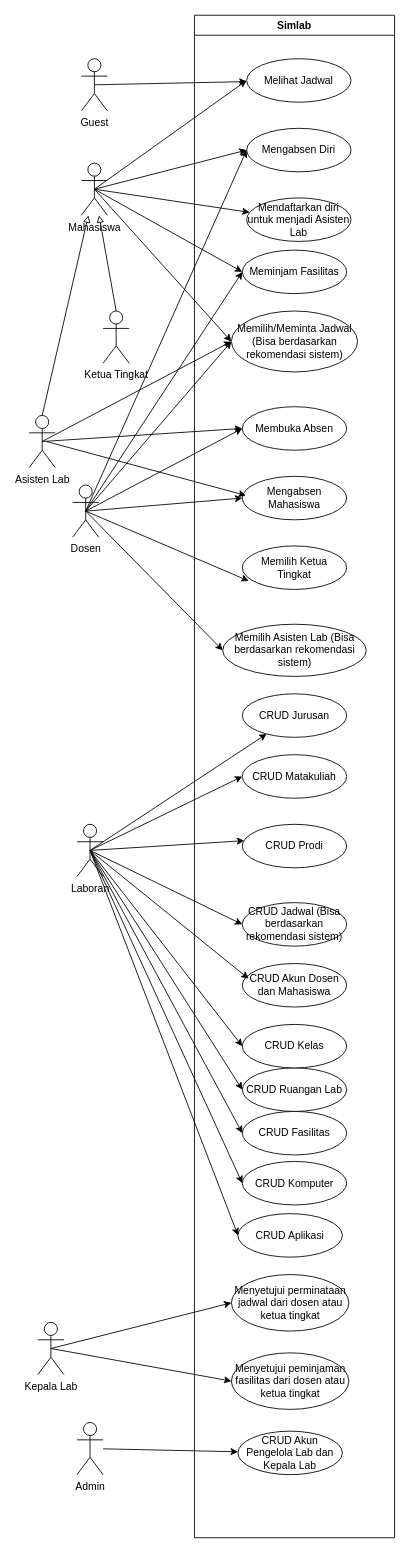
codebaradev/Simlab keeps this draw.io diagram as docs/usecase.drawio. Above is the earlier version. Source tidied: cells renumbered, new cells numbered last; positions are measured from the earlier drawing's top-left corner, leaving out a move shared by most shapes. Both pictures are drawn from the tidied source at 87%, with x=0, y=0 at pixel (29, 15).
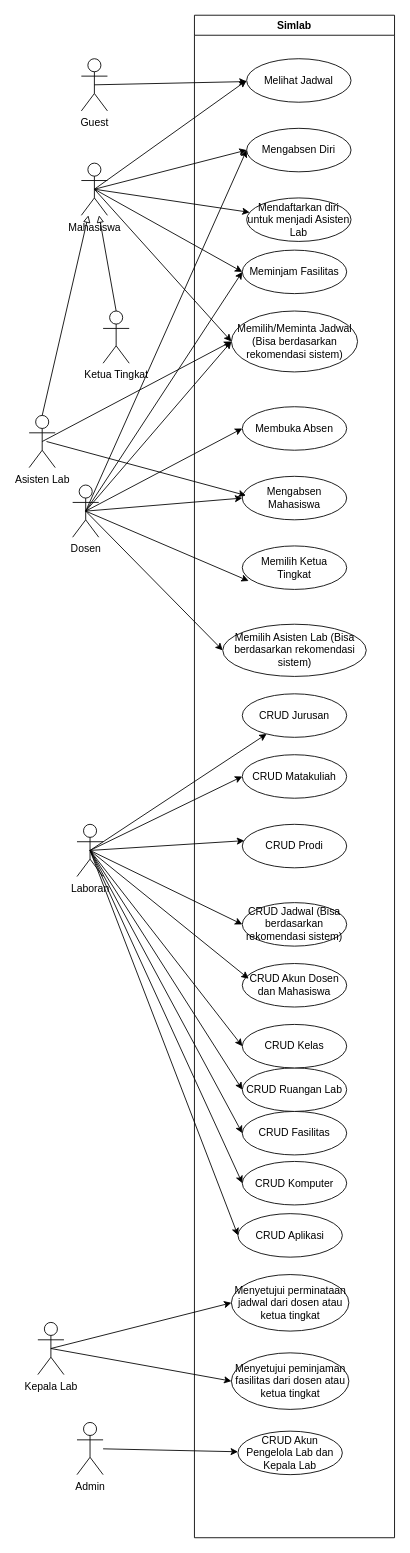
Above is the later version.

Commit message (it also covers changes not shown here):
feat: Add status on Schedule

Unchanged cells that the change refers to:
```xml
<mxCell id="19" value="Membuka Absen" style="ellipse;whiteSpace=wrap;html=1;" parent="8" vertex="1">
  <mxGeometry x="55" y="450" width="120" height="50" as="geometry" />
</mxCell>
<mxCell id="57" value="Asisten Lab" style="shape=umlActor;verticalLabelPosition=bottom;verticalAlign=top;html=1;outlineConnect=0;" parent="1" vertex="1">
  <mxGeometry y="460" width="30" height="60" as="geometry" />
</mxCell>
```

The edit, as a diff of the source:
```diff
@@
-    <mxCell id="58" style="edgeStyle=none;html=1;exitX=0.5;exitY=0.5;exitDx=0;exitDy=0;exitPerimeter=0;entryX=0;entryY=0.5;entryDx=0;entryDy=0;" parent="1" edge="1" source="57" target="19">
-      <mxGeometry relative="1" as="geometry" />
-    </mxCell>
```
